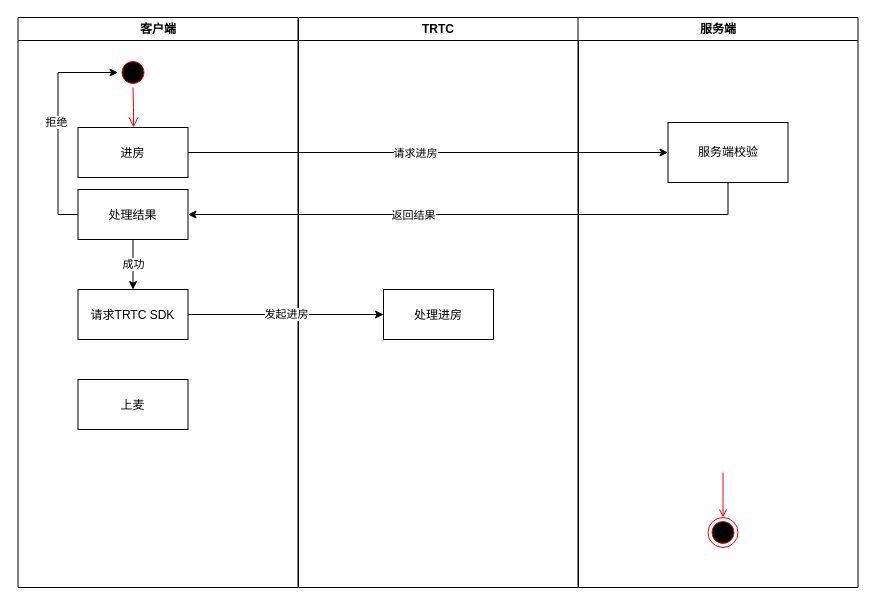
Above: trtcStartAudio.drawio in shiyiw/drawio (draw.io), before the change. Source tidied: cells renumbered, new cells numbered last; positions are measured from the earlier drawing's top-left corner, leaving out a move shared by most shapes. Both pictures are drawn from the tidied source at 100%, with x=0, y=0 at pixel (17, 17).
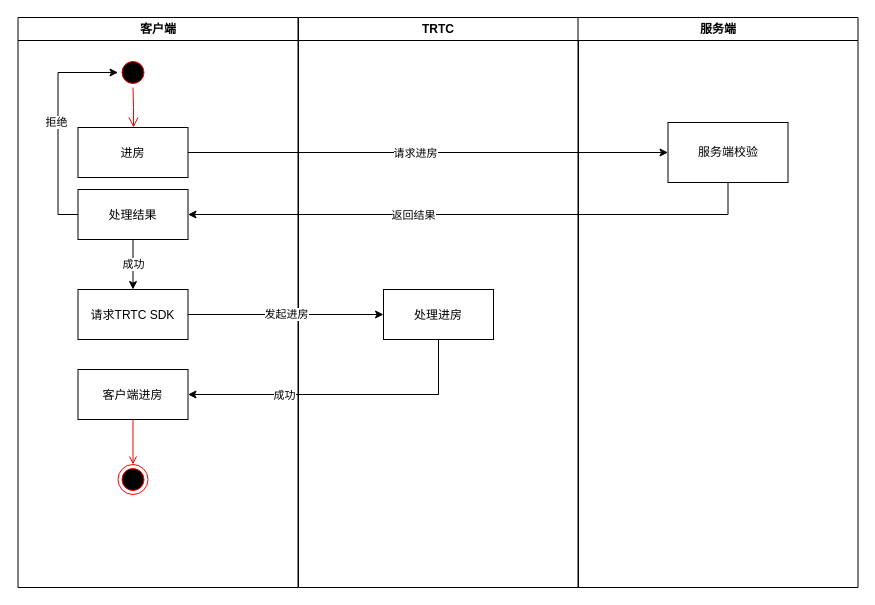
Above is the later version.

The change refers to these unchanged cells:
```xml
<mxCell id="2" value="客户端" style="swimlane;whiteSpace=wrap;" parent="1" vertex="1">
  <mxGeometry x="0.5" width="280" height="570" as="geometry" />
</mxCell>
<mxCell id="13" value="处理进房" parent="12" vertex="1">
  <mxGeometry x="85" y="272" width="110" height="50" as="geometry" />
</mxCell>
<mxCell id="14" value="服务端" style="swimlane;whiteSpace=wrap;" parent="1" vertex="1">
  <mxGeometry x="560.5" width="280" height="570" as="geometry" />
</mxCell>
```

What changed in the source:
```diff
@@
-    <mxCell id="11" value="上麦" parent="2" vertex="1">
-      <mxGeometry x="60" y="362" width="110" height="50" as="geometry" />
+    <mxCell id="11" value="客户端进房" parent="2" vertex="1">
+      <mxGeometry x="60" y="352" width="110" height="50" as="geometry" />
     </mxCell>
+    <mxCell id="15" style="ellipse;shape=endState;fillColor=#000000;strokeColor=#ff0000;" parent="2" vertex="1">
+      <mxGeometry x="100" y="447" width="30" height="30" as="geometry" />
+    </mxCell>
+    <mxCell id="16" style="endArrow=open;strokeColor=#FF0000;endFill=1;rounded=0;" parent="2" edge="1" target="15">
+      <mxGeometry relative="1" as="geometry">
+        <mxPoint x="115" y="402" as="sourcePoint" />
+      </mxGeometry>
+    </mxCell>
@@
-    <mxCell id="15" style="ellipse;shape=endState;fillColor=#000000;strokeColor=#ff0000;" parent="14" vertex="1">
-      <mxGeometry x="130" y="500" width="30" height="30" as="geometry" />
-    </mxCell>
-    <mxCell id="16" style="endArrow=open;strokeColor=#FF0000;endFill=1;rounded=0;" parent="14" edge="1" target="15">
-      <mxGeometry relative="1" as="geometry">
-        <mxPoint x="145" y="455" as="sourcePoint" />
-      </mxGeometry>
-    </mxCell>
@@
+    <mxCell id="24" style="edgeStyle=orthogonalEdgeStyle;rounded=0;jettySize=auto;html=1;exitX=0.5;exitY=1;exitDx=0;exitDy=0;entryX=1;entryY=0.5;entryDx=0;entryDy=0;" parent="1" edge="1" source="13" target="11">
+      <mxGeometry relative="1" as="geometry" />
+    </mxCell>
+    <mxCell id="25" value="成功" style="edgeLabel;html=1;align=center;verticalAlign=middle;" parent="24" vertex="1">
+      <mxGeometry x="0.09" y="-1" relative="1" as="geometry">
+        <mxPoint x="-44" y="1" as="offset" />
+      </mxGeometry>
+    </mxCell>
```
